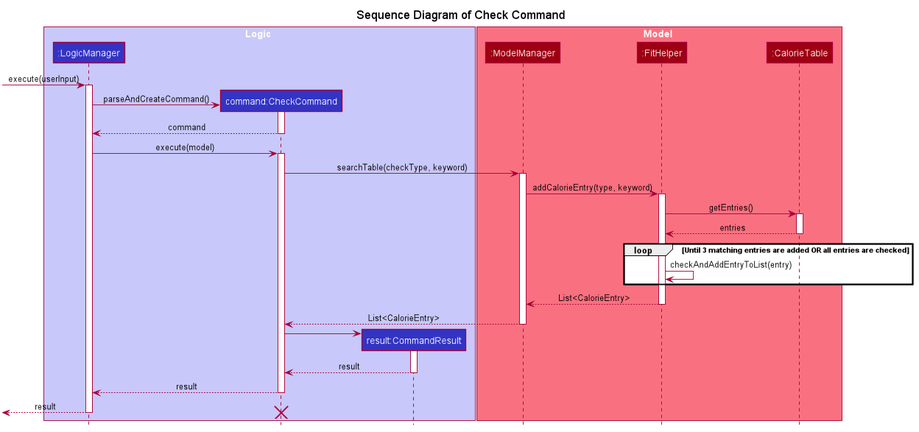
This is docs/images/SequenceDiagramForCheckCommand.png from nus-cs2103-AY1920S2/addressbook-level3, a PlantUML export, as it was before one commit. Source of this version:
```plantuml
@startuml








skinparam BackgroundColor #FFFFFFF

skinparam Shadowing false

skinparam Class {
    FontColor #FFFFFF
    BorderThickness 1
    BorderColor #FFFFFF
    StereotypeFontColor #FFFFFF
    FontName Arial
}

skinparam Actor {
    BorderColor #000000
    Color #000000
    FontName Arial
}

skinparam Sequence {
    MessageAlign center
    BoxFontSize 15
    BoxPadding 0
    BoxFontColor #FFFFFF
    FontName Arial
}

skinparam Participant {
    FontColor #FFFFFFF
    Padding 20
}

skinparam MinClassWidth 50
skinparam ParticipantPadding 10
skinparam Shadowing false
skinparam DefaultTextAlignment center
skinparam packageStyle Rectangle

hide footbox
hide members
hide circle

title Sequence Diagram of Check Command

box Logic #C8C8FA
participant ":LogicManager" as LogicManager #3333C4
participant "command:CheckCommand" as CheckCommand #3333C4
participant "result:CommandResult" as Result #3333C4

end box

box Model #F97181
participant ":ModelManager" as ModelManager #9D0012
participant ":FitHelper" as FitHelper #9D0012
participant ":CalorieTable" as CalorieTable #9D0012
end box

 -> LogicManager : execute(userInput)
activate LogicManager

create CheckCommand
LogicManager -> CheckCommand : parseAndCreateCommand()
activate CheckCommand
LogicManager <-- CheckCommand : command
deactivate

LogicManager -> CheckCommand : execute(model)
activate CheckCommand
CheckCommand -> ModelManager : searchTable(checkType, keyword)
activate ModelManager
ModelManager -> FitHelper : addCalorieEntry(type, keyword)
activate FitHelper
FitHelper -> CalorieTable : getEntries()
activate CalorieTable
FitHelper <-- CalorieTable : entries
deactivate

loop Until 3 matching entries are added OR all entries are checked
FitHelper -> FitHelper : checkAndAddEntryToList(entry)
end

FitHelper --> ModelManager : List<CalorieEntry>
deactivate FitHelper
ModelManager --> CheckCommand : List<CalorieEntry>
deactivate ModelManager
create Result
CheckCommand -> Result
activate Result
Result --> CheckCommand : result
deactivate
CheckCommand --> LogicManager : result
deactivate CheckCommand

<-- LogicManager : result
deactivate LogicManager
destroy CheckCommand

@enduml
```
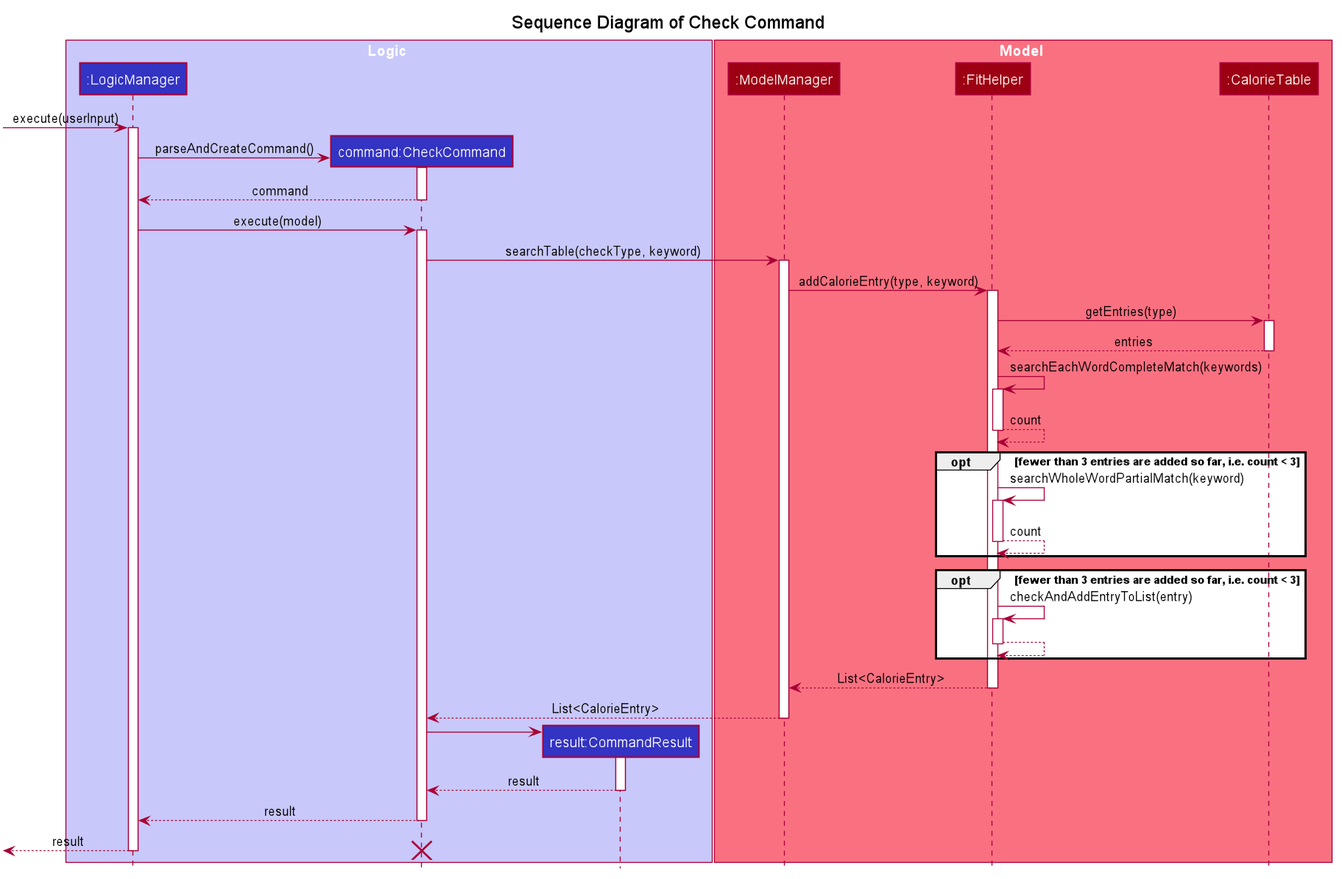
After the commit.

Commit message:
Update sequence diagram for DG

Change to the diagram source:
```diff
@@ -54,7 +54,6 @@
 participant ":LogicManager" as LogicManager #3333C4
 participant "command:CheckCommand" as CheckCommand #3333C4
 participant "result:CommandResult" as Result #3333C4
-
 end box
 
 box Model #F97181
@@ -72,19 +71,33 @@
 LogicManager <-- CheckCommand : command
 deactivate
 
+
 LogicManager -> CheckCommand : execute(model)
 activate CheckCommand
 CheckCommand -> ModelManager : searchTable(checkType, keyword)
 activate ModelManager
 ModelManager -> FitHelper : addCalorieEntry(type, keyword)
 activate FitHelper
-FitHelper -> CalorieTable : getEntries()
+FitHelper -> CalorieTable : getEntries(type)
 activate CalorieTable
 FitHelper <-- CalorieTable : entries
 deactivate
 
-loop Until 3 matching entries are added OR all entries are checked
+FitHelper -> FitHelper : searchEachWordCompleteMatch(keywords)
+activate FitHelper
+FitHelper --> FitHelper : count
+deactivate
+opt fewer than 3 entries are added so far, i.e. count < 3
+FitHelper -> FitHelper : searchWholeWordPartialMatch(keyword)
+activate FitHelper
+FitHelper --> FitHelper : count
+deactivate
+end
+opt fewer than 3 entries are added so far, i.e. count < 3
 FitHelper -> FitHelper : checkAndAddEntryToList(entry)
+activate FitHelper
+FitHelper --> FitHelper :
+deactivate
 end
 
 FitHelper --> ModelManager : List<CalorieEntry>
```
